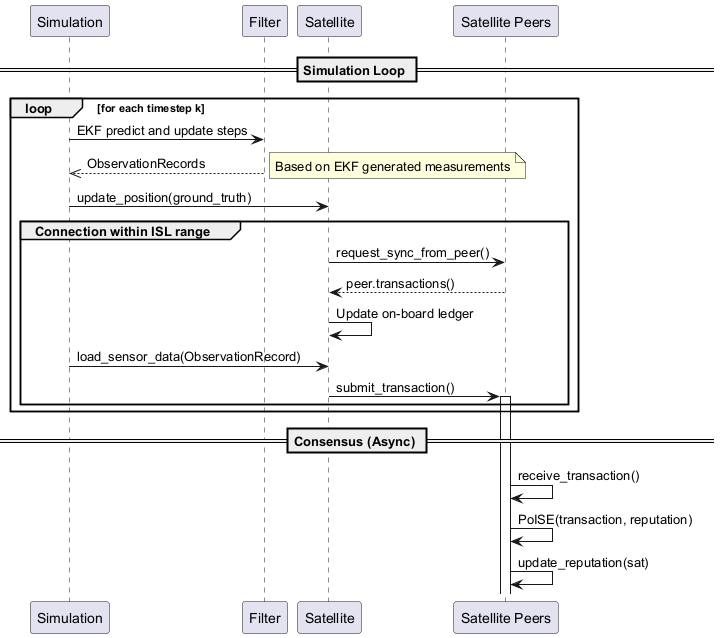
This is images/poise_loop.png from bprobert97/accord, a PlantUML export, as it was before one commit. Source of this version:
```plantuml
@startuml

participant "Simulation" as sim
participant "Filter" as filter
participant "Satellite" as sat
participant "Satellite Peers" as peers

== Simulation Loop ==

loop for each timestep k
    sim -> filter: EKF predict and update steps
    filter -->> sim: ObservationRecords
    note right: Based on EKF generated measurements

    sim -> sat: update_position(ground_truth)

    group Connection within ISL range
        sat -> peers: request_sync_from_peer()
        peers --> sat: peer.transactions()
        sat -> sat: Update on-board ledger

        sim -> sat: load_sensor_data(ObservationRecord)
        sat -> peers ++: submit_transaction()
    end
end

== Consensus (Async) ==
peers -> peers: receive_transaction()
peers -> peers: PoISE(transaction, reputation)
peers -> peers: update_reputation(sat)
@enduml
```
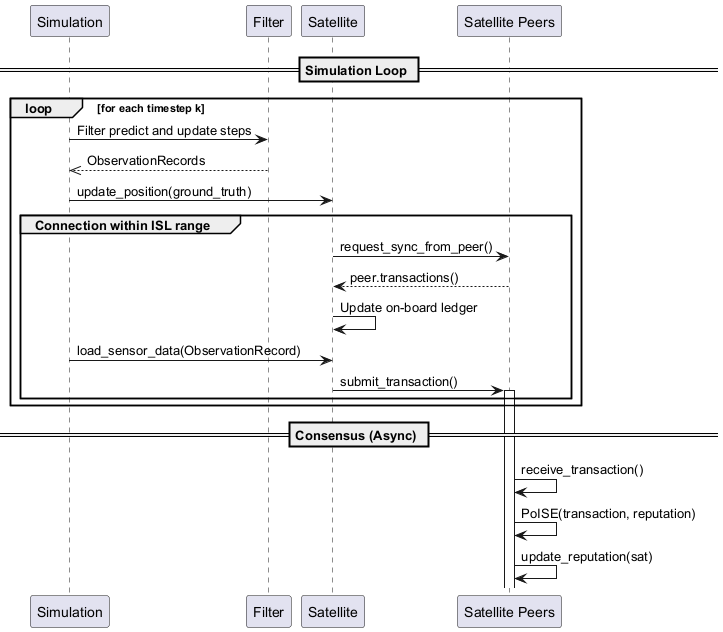
The same diagram one commit later.

Commit message:
Fix config seed overwriting bug. Update figures to be filter agnostic. Add new file to plot different ISLs and different filters comparisons.

What changed in the source:
```diff
@@ -8,9 +8,8 @@
 == Simulation Loop ==
 
 loop for each timestep k
-    sim -> filter: EKF predict and update steps
+    sim -> filter: Filter predict and update steps
     filter -->> sim: ObservationRecords
-    note right: Based on EKF generated measurements
 
     sim -> sat: update_position(ground_truth)
 
```
